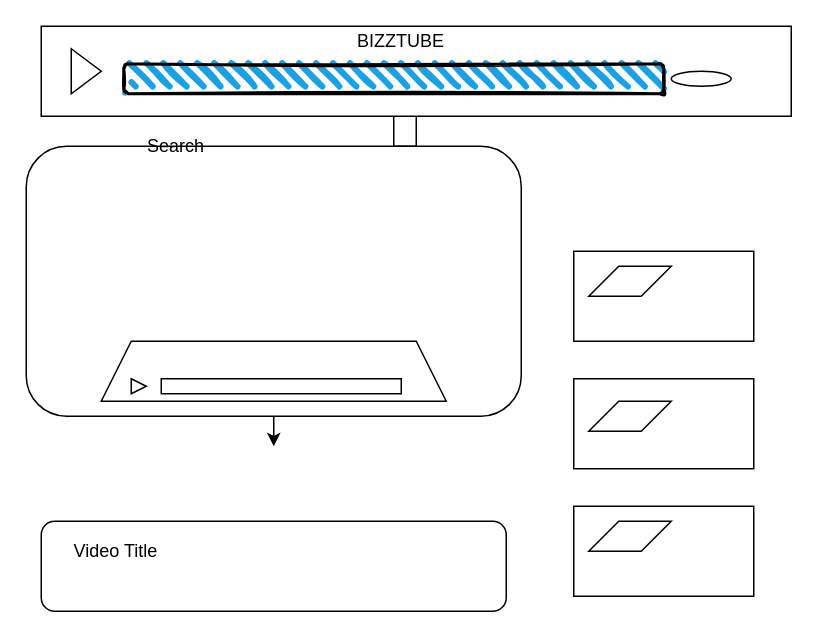
Earlier version of the draw.io diagram youtube_clone/.drawio (CesarR21/YTProject). Source tidied: cells renumbered, new cells numbered last; positions are measured from the earlier drawing's top-left corner, leaving out a move shared by most shapes. Both pictures are drawn from the tidied source at 150%, with x=0, y=0 at pixel (26, 26).
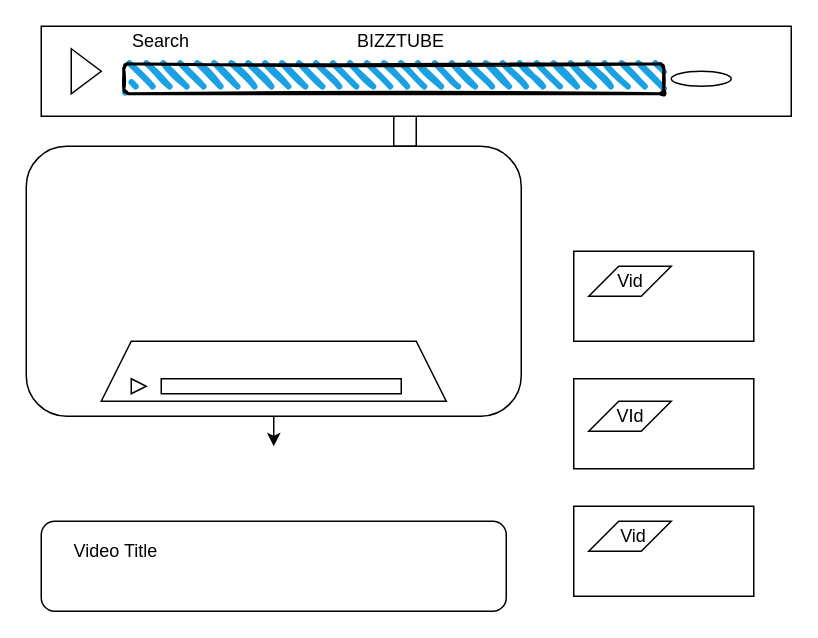
After the change.

Commit message (it also covers changes not shown here):
modified youtube_clone .drawio updated setting .py created youtube comments and url.py for new end point path

Diff of the diagram source:
```diff
@@
     <mxCell id="22" value="Search" style="text;html=1;strokeColor=none;fillColor=none;align=center;verticalAlign=middle;whiteSpace=wrap;rounded=0;" parent="1" vertex="1">
-      <mxGeometry x="80" y="70" width="40" height="20" as="geometry" />
+      <mxGeometry x="70" width="40" height="20" as="geometry" />
     </mxCell>
+    <mxCell id="23" value="Vid" style="text;html=1;strokeColor=none;fillColor=none;align=center;verticalAlign=middle;whiteSpace=wrap;rounded=0;" parent="1" vertex="1">
+      <mxGeometry x="382.5" y="160" width="40" height="20" as="geometry" />
+    </mxCell>
+    <mxCell id="24" value="VId" style="text;html=1;strokeColor=none;fillColor=none;align=center;verticalAlign=middle;whiteSpace=wrap;rounded=0;" parent="1" vertex="1">
+      <mxGeometry x="382.5" y="250" width="40" height="20" as="geometry" />
+    </mxCell>
+    <mxCell id="25" value="Vid" style="text;html=1;strokeColor=none;fillColor=none;align=center;verticalAlign=middle;whiteSpace=wrap;rounded=0;" parent="1" vertex="1">
+      <mxGeometry x="385" y="330" width="40" height="20" as="geometry" />
+    </mxCell>
```
